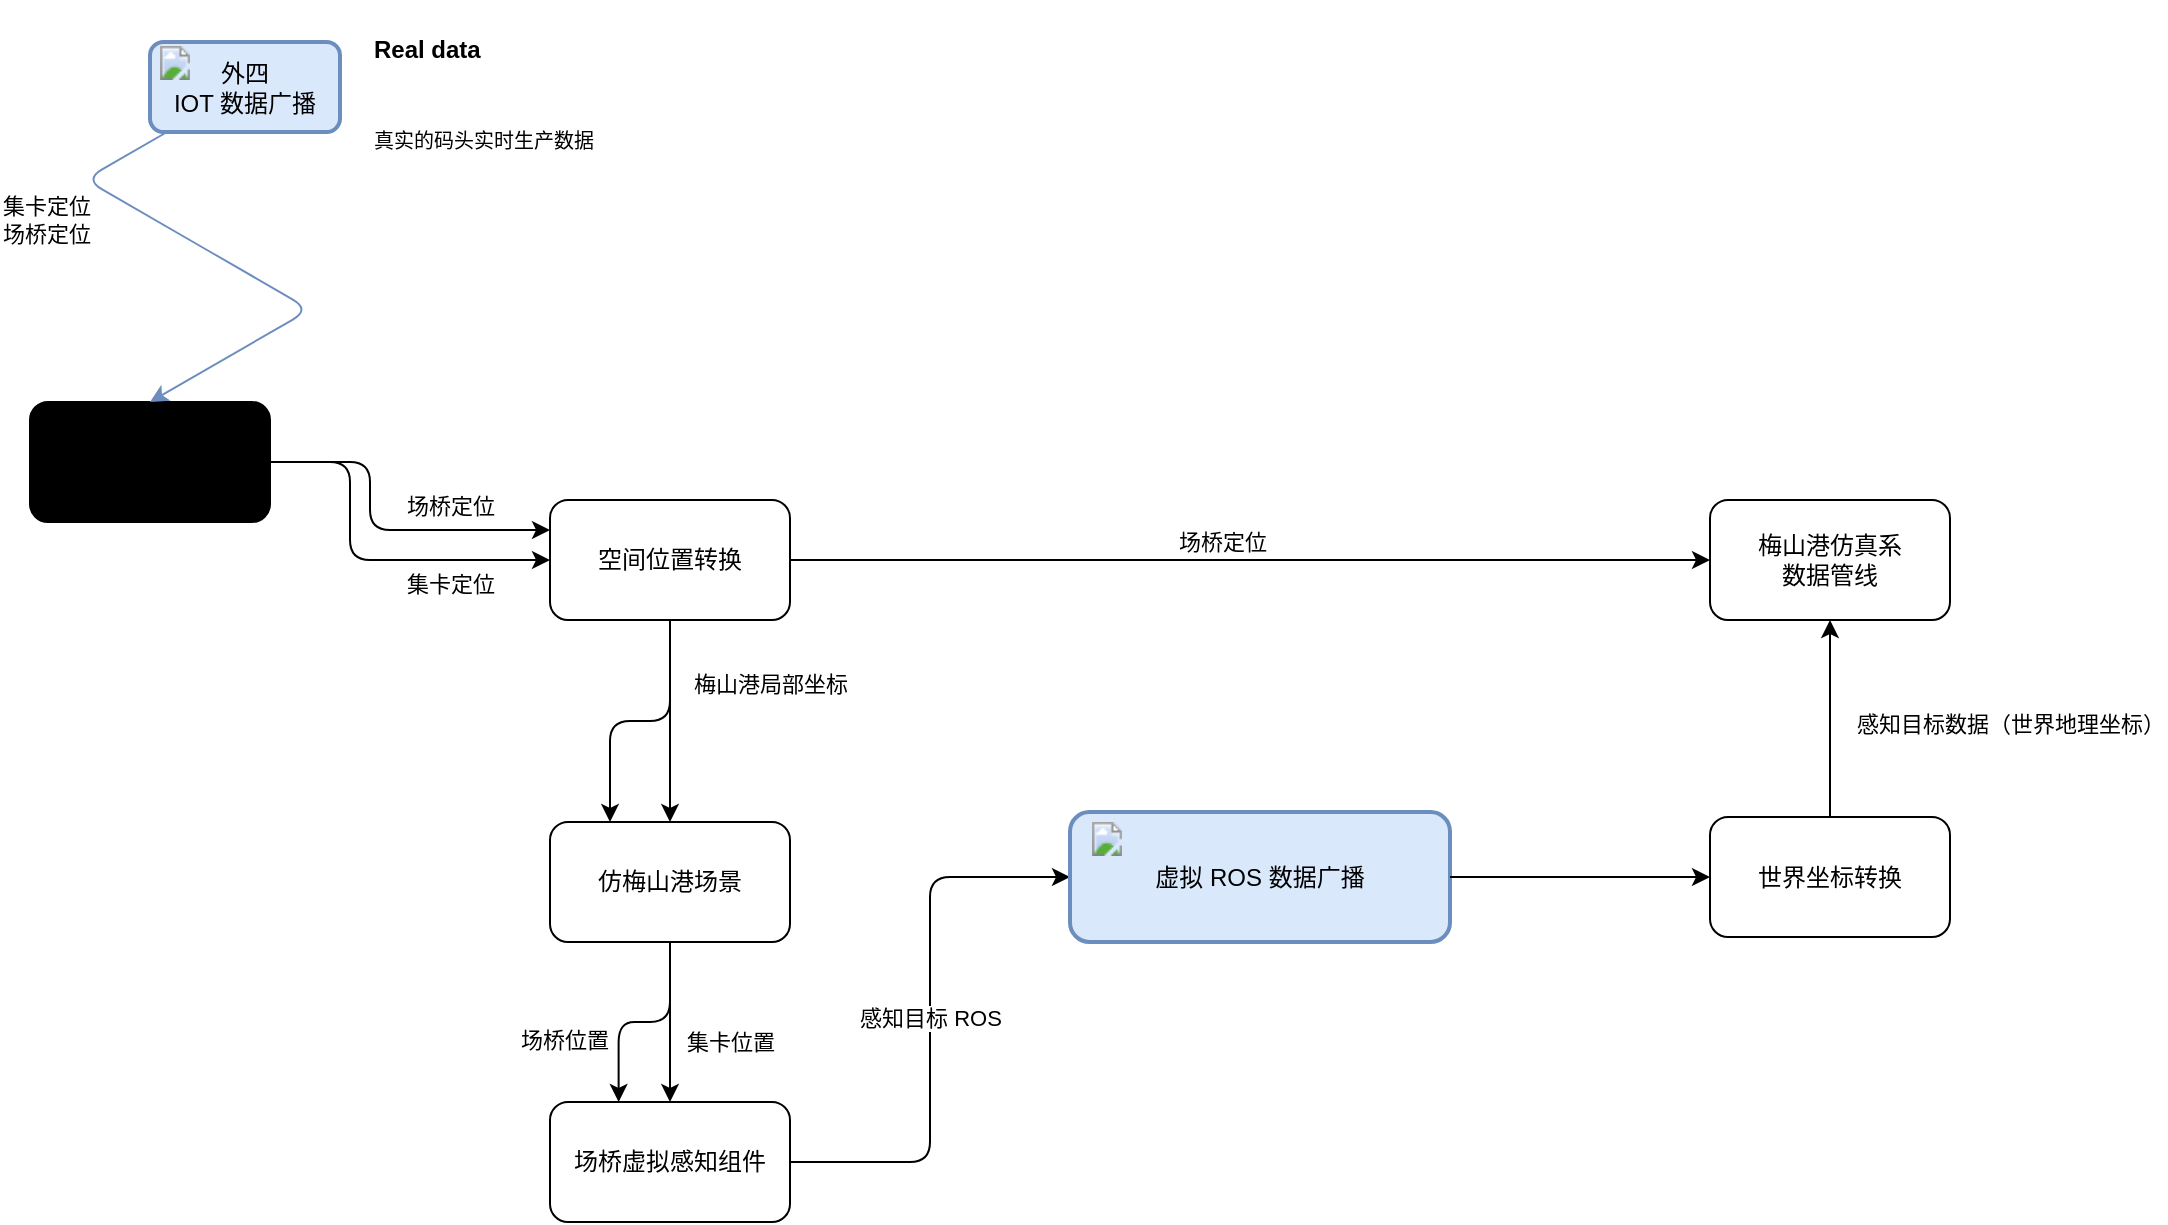
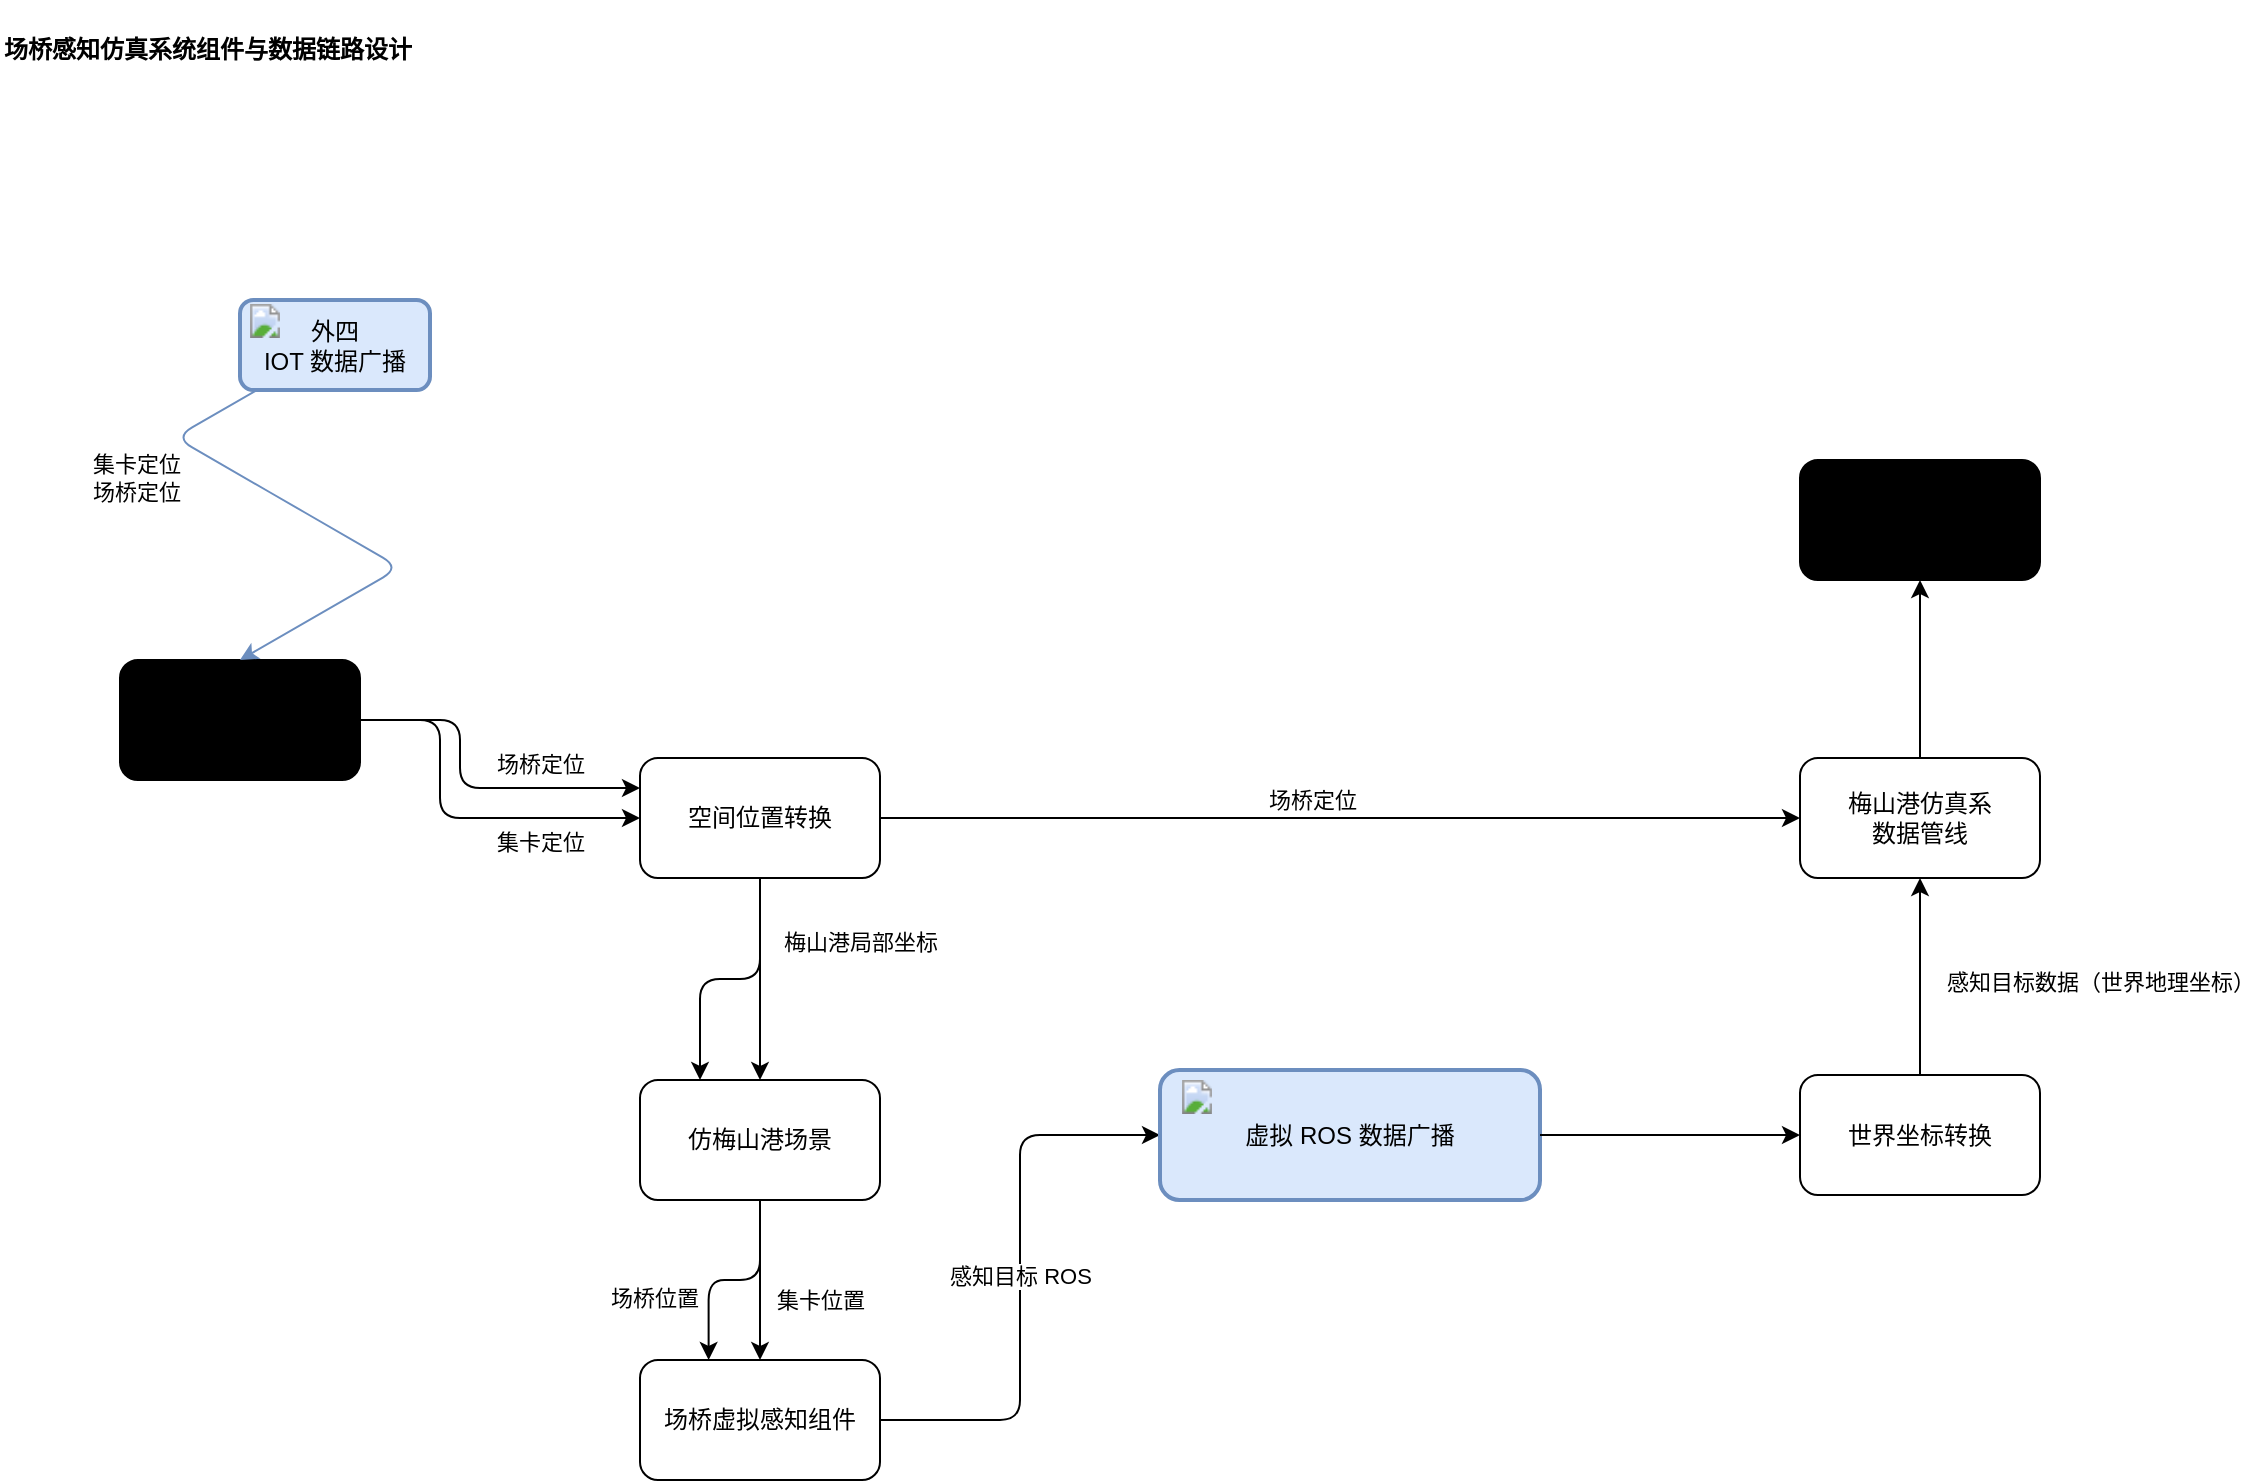
<mxfile host="app.diagrams.net">
  <diagram name="Page-1" id="BT0UFU37oAvm-0r1lB1w">
-     <mxGraphModel dx="1338" dy="651" grid="1" gridSize="10" guides="1" tooltips="1" connect="1" arrows="1" fold="1" page="1" pageScale="1" pageWidth="827" pageHeight="1169" math="0" shadow="0">
+     <mxGraphModel dx="1672" dy="1820" grid="1" gridSize="10" guides="1" tooltips="1" connect="1" arrows="1" fold="1" page="1" pageScale="1" pageWidth="827" pageHeight="1169" math="0" shadow="0">
      <root>
        <mxCell id="0" />
        <mxCell id="1" parent="0" />
        <mxCell id="ZpX4doptbyCpLkaODE3u-4" edge="1" parent="1" source="ZpX4doptbyCpLkaODE3u-1" style="edgeStyle=orthogonalEdgeStyle;rounded=1;orthogonalLoop=1;jettySize=auto;html=1;entryX=0;entryY=0.25;entryDx=0;entryDy=0;exitX=1;exitY=0.5;exitDx=0;exitDy=0;curved=0;" target="ZpX4doptbyCpLkaODE3u-2">
          <mxGeometry relative="1" as="geometry">
            <Array as="points">
              <mxPoint x="250" y="250" />
              <mxPoint x="250" y="284" />
            </Array>
          </mxGeometry>
        </mxCell>
        <mxCell id="ZpX4doptbyCpLkaODE3u-37" connectable="0" parent="ZpX4doptbyCpLkaODE3u-4" style="edgeLabel;html=1;align=center;verticalAlign=middle;resizable=0;points=[];" value="场桥定位" vertex="1">
          <mxGeometry relative="1" x="0.3235" y="1" as="geometry">
            <mxPoint x="9" y="-11" as="offset" />
          </mxGeometry>
        </mxCell>
        <mxCell id="ZpX4doptbyCpLkaODE3u-13" edge="1" parent="1" source="ZpX4doptbyCpLkaODE3u-1" style="rounded=1;orthogonalLoop=1;jettySize=auto;html=1;exitX=1;exitY=0.5;exitDx=0;exitDy=0;entryX=0;entryY=0.5;entryDx=0;entryDy=0;edgeStyle=orthogonalEdgeStyle;" target="ZpX4doptbyCpLkaODE3u-2">
          <mxGeometry relative="1" as="geometry">
            <Array as="points">
              <mxPoint x="240" y="250" />
              <mxPoint x="240" y="299" />
            </Array>
            <mxPoint x="290" y="350" as="targetPoint" />
          </mxGeometry>
        </mxCell>
        <mxCell id="ZpX4doptbyCpLkaODE3u-27" connectable="0" parent="ZpX4doptbyCpLkaODE3u-13" style="edgeLabel;html=1;align=center;verticalAlign=middle;resizable=0;points=[];" value="集卡定位" vertex="1">
          <mxGeometry relative="1" x="-0.3281" y="-3" as="geometry">
            <mxPoint x="53" y="37" as="offset" />
          </mxGeometry>
        </mxCell>
        <mxCell id="ZpX4doptbyCpLkaODE3u-25" edge="1" parent="1" source="ZpX4doptbyCpLkaODE3u-2" style="rounded=1;orthogonalLoop=1;jettySize=auto;html=1;entryX=0;entryY=0.5;entryDx=0;entryDy=0;exitX=1;exitY=0.5;exitDx=0;exitDy=0;" target="ZpX4doptbyCpLkaODE3u-14">
          <mxGeometry relative="1" as="geometry" />
        </mxCell>
        <mxCell id="ZpX4doptbyCpLkaODE3u-26" connectable="0" parent="ZpX4doptbyCpLkaODE3u-25" style="edgeLabel;html=1;align=center;verticalAlign=middle;resizable=0;points=[];" value="场桥位置" vertex="1">
          <mxGeometry relative="1" x="-0.2229" y="3" as="geometry">
            <mxPoint x="-271" y="-9" as="offset" />
          </mxGeometry>
        </mxCell>
        <mxCell id="ZpX4doptbyCpLkaODE3u-38" connectable="0" parent="ZpX4doptbyCpLkaODE3u-25" style="edgeLabel;html=1;align=center;verticalAlign=middle;resizable=0;points=[];" value="场桥定位" vertex="1">
          <mxGeometry relative="1" x="-0.0609" y="2" as="geometry">
            <mxPoint y="-7" as="offset" />
          </mxGeometry>
        </mxCell>
        <mxCell id="ZpX4doptbyCpLkaODE3u-1" parent="1" style="rounded=1;whiteSpace=wrap;html=1;fillStyle=hatch;fillColor=light-dark(#FFFFFF,#4D4D4D);" value="外四数据管线" vertex="1">
          <mxGeometry height="60" width="120" x="80" y="220" as="geometry" />
        </mxCell>
        <mxCell id="ZpX4doptbyCpLkaODE3u-39" edge="1" parent="1" source="ZpX4doptbyCpLkaODE3u-2" style="edgeStyle=orthogonalEdgeStyle;rounded=1;orthogonalLoop=1;jettySize=auto;html=1;entryX=0.25;entryY=0;entryDx=0;entryDy=0;curved=0;" target="ZpX4doptbyCpLkaODE3u-3">
          <mxGeometry relative="1" as="geometry" />
        </mxCell>
        <mxCell id="ZpX4doptbyCpLkaODE3u-2" parent="1" style="rounded=1;whiteSpace=wrap;html=1;" value="空间位置转换" vertex="1">
          <mxGeometry height="60" width="120" x="340" y="269" as="geometry" />
        </mxCell>
        <mxCell id="ZpX4doptbyCpLkaODE3u-8" edge="1" parent="1" source="ZpX4doptbyCpLkaODE3u-3" style="edgeStyle=orthogonalEdgeStyle;rounded=0;orthogonalLoop=1;jettySize=auto;html=1;entryX=0.5;entryY=0;entryDx=0;entryDy=0;" target="ZpX4doptbyCpLkaODE3u-6">
          <mxGeometry relative="1" as="geometry" />
        </mxCell>
        <mxCell id="ZpX4doptbyCpLkaODE3u-32" connectable="0" parent="ZpX4doptbyCpLkaODE3u-8" style="edgeLabel;html=1;align=center;verticalAlign=middle;resizable=0;points=[];" value="集卡位置" vertex="1">
          <mxGeometry relative="1" x="-0.2964" y="-2" as="geometry">
            <mxPoint x="32" y="22" as="offset" />
          </mxGeometry>
        </mxCell>
        <mxCell id="ZpX4doptbyCpLkaODE3u-3" parent="1" style="rounded=1;whiteSpace=wrap;html=1;" value="仿梅山港场景" vertex="1">
          <mxGeometry height="60" width="120" x="340" y="430" as="geometry" />
        </mxCell>
        <mxCell id="ZpX4doptbyCpLkaODE3u-5" edge="1" parent="1" source="ZpX4doptbyCpLkaODE3u-2" style="edgeStyle=orthogonalEdgeStyle;rounded=0;orthogonalLoop=1;jettySize=auto;html=1;" target="ZpX4doptbyCpLkaODE3u-3">
          <mxGeometry relative="1" as="geometry" />
        </mxCell>
        <mxCell id="ZpX4doptbyCpLkaODE3u-31" connectable="0" parent="ZpX4doptbyCpLkaODE3u-5" style="edgeLabel;html=1;align=center;verticalAlign=middle;resizable=0;points=[];" value="梅山港局部坐标" vertex="1">
          <mxGeometry relative="1" x="-0.1629" y="-1" as="geometry">
            <mxPoint x="51" y="-11" as="offset" />
          </mxGeometry>
        </mxCell>
        <mxCell id="ZpX4doptbyCpLkaODE3u-10" edge="1" parent="1" source="ZpX4doptbyCpLkaODE3u-6" style="edgeStyle=orthogonalEdgeStyle;rounded=1;orthogonalLoop=1;jettySize=auto;html=1;entryX=0;entryY=0.5;entryDx=0;entryDy=0;curved=0;" target="ZpX4doptbyCpLkaODE3u-22">
          <mxGeometry relative="1" as="geometry">
            <mxPoint x="660" y="620" as="targetPoint" />
          </mxGeometry>
        </mxCell>
        <mxCell id="ZpX4doptbyCpLkaODE3u-16" connectable="0" parent="ZpX4doptbyCpLkaODE3u-10" style="edgeLabel;html=1;align=center;verticalAlign=middle;resizable=0;points=[];" value="感知目标 ROS" vertex="1">
          <mxGeometry relative="1" x="-0.1375" as="geometry">
            <mxPoint y="-20" as="offset" />
          </mxGeometry>
        </mxCell>
        <mxCell id="ZpX4doptbyCpLkaODE3u-6" parent="1" style="rounded=1;whiteSpace=wrap;html=1;" value="场桥虚拟感知组件" vertex="1">
          <mxGeometry height="60" width="120" x="340" y="570" as="geometry" />
        </mxCell>
        <mxCell id="ZpX4doptbyCpLkaODE3u-15" edge="1" parent="1" source="ZpX4doptbyCpLkaODE3u-11" style="edgeStyle=orthogonalEdgeStyle;rounded=0;orthogonalLoop=1;jettySize=auto;html=1;entryX=0.5;entryY=1;entryDx=0;entryDy=0;" target="ZpX4doptbyCpLkaODE3u-14">
          <mxGeometry relative="1" as="geometry" />
        </mxCell>
        <mxCell id="ZpX4doptbyCpLkaODE3u-17" connectable="0" parent="ZpX4doptbyCpLkaODE3u-15" style="edgeLabel;html=1;align=center;verticalAlign=middle;resizable=0;points=[];" value="感知目标数据（世界地理坐标）" vertex="1">
          <mxGeometry relative="1" x="0.16" y="2" as="geometry">
            <mxPoint x="92" y="10" as="offset" />
          </mxGeometry>
        </mxCell>
        <mxCell id="ZpX4doptbyCpLkaODE3u-11" parent="1" style="rounded=1;whiteSpace=wrap;html=1;" value="世界坐标转换" vertex="1">
          <mxGeometry height="60" width="120" x="920" y="427.5" as="geometry" />
        </mxCell>
+         <mxCell id="ZpX4doptbyCpLkaODE3u-42" edge="1" parent="1" source="ZpX4doptbyCpLkaODE3u-14" style="edgeStyle=orthogonalEdgeStyle;rounded=0;orthogonalLoop=1;jettySize=auto;html=1;entryX=0.5;entryY=1;entryDx=0;entryDy=0;" target="ZpX4doptbyCpLkaODE3u-41">
+           <mxGeometry relative="1" as="geometry" />
+         </mxCell>
        <mxCell id="ZpX4doptbyCpLkaODE3u-14" parent="1" style="rounded=1;whiteSpace=wrap;html=1;" value="梅山港仿真系&lt;div&gt;数据管线&lt;/div&gt;" vertex="1">
          <mxGeometry height="60" width="120" x="920" y="269" as="geometry" />
        </mxCell>
        <mxCell id="ZpX4doptbyCpLkaODE3u-22" parent="1" style="rounded=1;whiteSpace=wrap;html=1;strokeColor=#6c8ebf;fillStyle=auto;fillColor=#dae8fc;strokeWidth=2;" value="虚拟 ROS 数据广播" vertex="1">
          <mxGeometry height="65" width="190" x="600" y="425" as="geometry" />
        </mxCell>
        <mxCell id="ZpX4doptbyCpLkaODE3u-23" parent="1" style="image;aspect=fixed;html=1;points=[];align=center;fontSize=12;image=img/lib/dynamics365/ProductVisualize.svg;" value="" vertex="1">
          <mxGeometry height="17" width="17" x="610" y="430" as="geometry" />
        </mxCell>
        <mxCell id="ZpX4doptbyCpLkaODE3u-24" edge="1" parent="1" source="ZpX4doptbyCpLkaODE3u-22" style="rounded=0;orthogonalLoop=1;jettySize=auto;html=1;" target="ZpX4doptbyCpLkaODE3u-11">
          <mxGeometry relative="1" as="geometry">
            <mxPoint x="930" y="457" as="targetPoint" />
          </mxGeometry>
        </mxCell>
        <mxCell id="ZpX4doptbyCpLkaODE3u-30" edge="1" parent="1" source="ZpX4doptbyCpLkaODE3u-28" style="edgeStyle=isometricEdgeStyle;rounded=1;orthogonalLoop=1;jettySize=auto;html=1;entryX=0.5;entryY=0;entryDx=0;entryDy=0;fillColor=#dae8fc;strokeColor=#6c8ebf;" target="ZpX4doptbyCpLkaODE3u-1">
          <mxGeometry relative="1" as="geometry" />
        </mxCell>
        <mxCell id="ZpX4doptbyCpLkaODE3u-35" connectable="0" parent="ZpX4doptbyCpLkaODE3u-30" style="edgeLabel;html=1;align=center;verticalAlign=middle;resizable=0;points=[];" value="集卡定位&lt;div&gt;场桥定位&lt;/div&gt;" vertex="1">
          <mxGeometry relative="1" x="-0.3351" y="2" as="geometry">
            <mxPoint x="-58" as="offset" />
          </mxGeometry>
        </mxCell>
        <mxCell id="ZpX4doptbyCpLkaODE3u-28" parent="1" style="rounded=1;whiteSpace=wrap;html=1;strokeColor=#6c8ebf;fillStyle=auto;fillColor=#dae8fc;strokeWidth=2;" value="外四&lt;br&gt;IOT 数据广播" vertex="1">
          <mxGeometry height="45" width="95" x="140" y="40" as="geometry" />
        </mxCell>
        <mxCell id="ZpX4doptbyCpLkaODE3u-29" parent="1" style="image;aspect=fixed;html=1;points=[];align=center;fontSize=12;image=img/lib/dynamics365/ProductVisualize.svg;" value="" vertex="1">
          <mxGeometry height="17" width="17" x="144" y="42" as="geometry" />
        </mxCell>
        <mxCell id="ZpX4doptbyCpLkaODE3u-33" edge="1" parent="1" source="ZpX4doptbyCpLkaODE3u-3" style="edgeStyle=orthogonalEdgeStyle;rounded=1;orthogonalLoop=1;jettySize=auto;html=1;entryX=0.286;entryY=0;entryDx=0;entryDy=0;entryPerimeter=0;curved=0;" target="ZpX4doptbyCpLkaODE3u-6">
          <mxGeometry relative="1" as="geometry" />
        </mxCell>
        <mxCell id="ZpX4doptbyCpLkaODE3u-34" connectable="0" parent="1" style="edgeLabel;html=1;align=center;verticalAlign=middle;resizable=0;points=[];" value="场桥位置" vertex="1">
          <mxGeometry x="350" y="540" as="geometry">
            <mxPoint x="-3" y="-1" as="offset" />
          </mxGeometry>
        </mxCell>
-         <mxCell id="ZpX4doptbyCpLkaODE3u-40" parent="1" style="text;html=1;whiteSpace=wrap;overflow=hidden;rounded=0;" value="&lt;h1 style=&quot;margin-top: 0px;&quot;&gt;&lt;font style=&quot;font-size: 12px;&quot;&gt;Real data&lt;/font&gt;&lt;/h1&gt;&lt;h1 style=&quot;margin-top: 0px;&quot;&gt;&lt;span style=&quot;font-size: 10px; background-color: transparent; color: light-dark(rgb(0, 0, 0), rgb(255, 255, 255)); font-weight: normal;&quot;&gt;真实的码头实时生产数据&lt;/span&gt;&lt;/h1&gt;" vertex="1">
-           <mxGeometry height="91" width="180" x="250" y="19" as="geometry" />
+         <mxCell id="ZpX4doptbyCpLkaODE3u-40" parent="1" style="text;html=1;whiteSpace=wrap;overflow=hidden;rounded=0;" value="&lt;h1 style=&quot;margin-top: 0px;&quot;&gt;&lt;span style=&quot;font-size: 12px;&quot;&gt;场桥感知仿真系统组件与数据链路设计&lt;/span&gt;&lt;/h1&gt;" vertex="1">
+           <mxGeometry height="40" width="260" x="20" y="-110" as="geometry" />
+         </mxCell>
+         <mxCell id="ZpX4doptbyCpLkaODE3u-41" parent="1" style="rounded=1;whiteSpace=wrap;html=1;fillStyle=hatch;gradientColor=none;fillColor=light-dark(default, #5f5858);" value="岸桥/场桥 3D HMI&lt;div&gt;&amp;nbsp;系统&lt;/div&gt;" vertex="1">
+           <mxGeometry height="60" width="120" x="920" y="120" as="geometry" />
        </mxCell>
      </root>
    </mxGraphModel>
  </diagram>
</mxfile>
